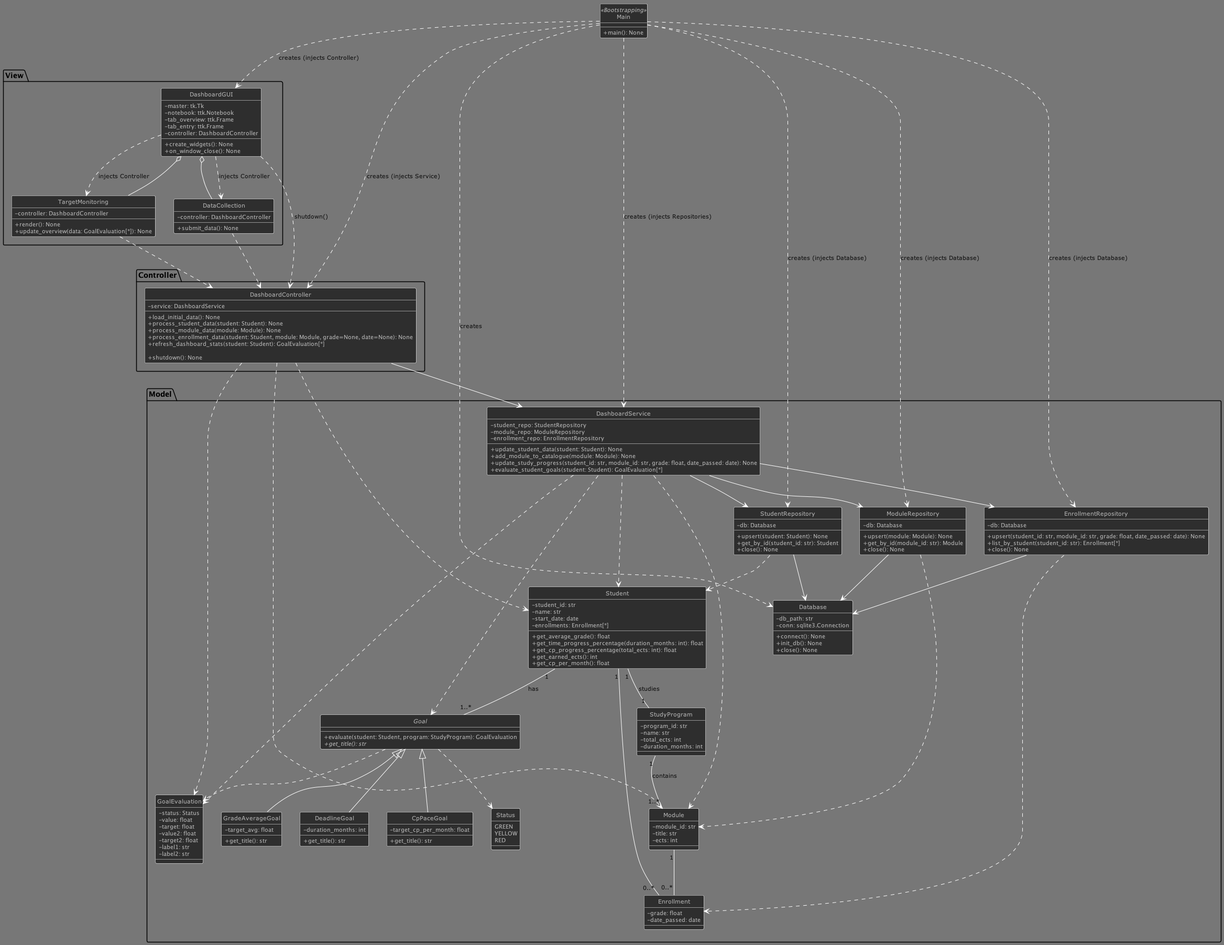
This is out/EntidyUML/DashboardUML_MVC_StrictDI.png from peter-wolf72/IU-Dashboard, a PlantUML export, as it was before one commit.
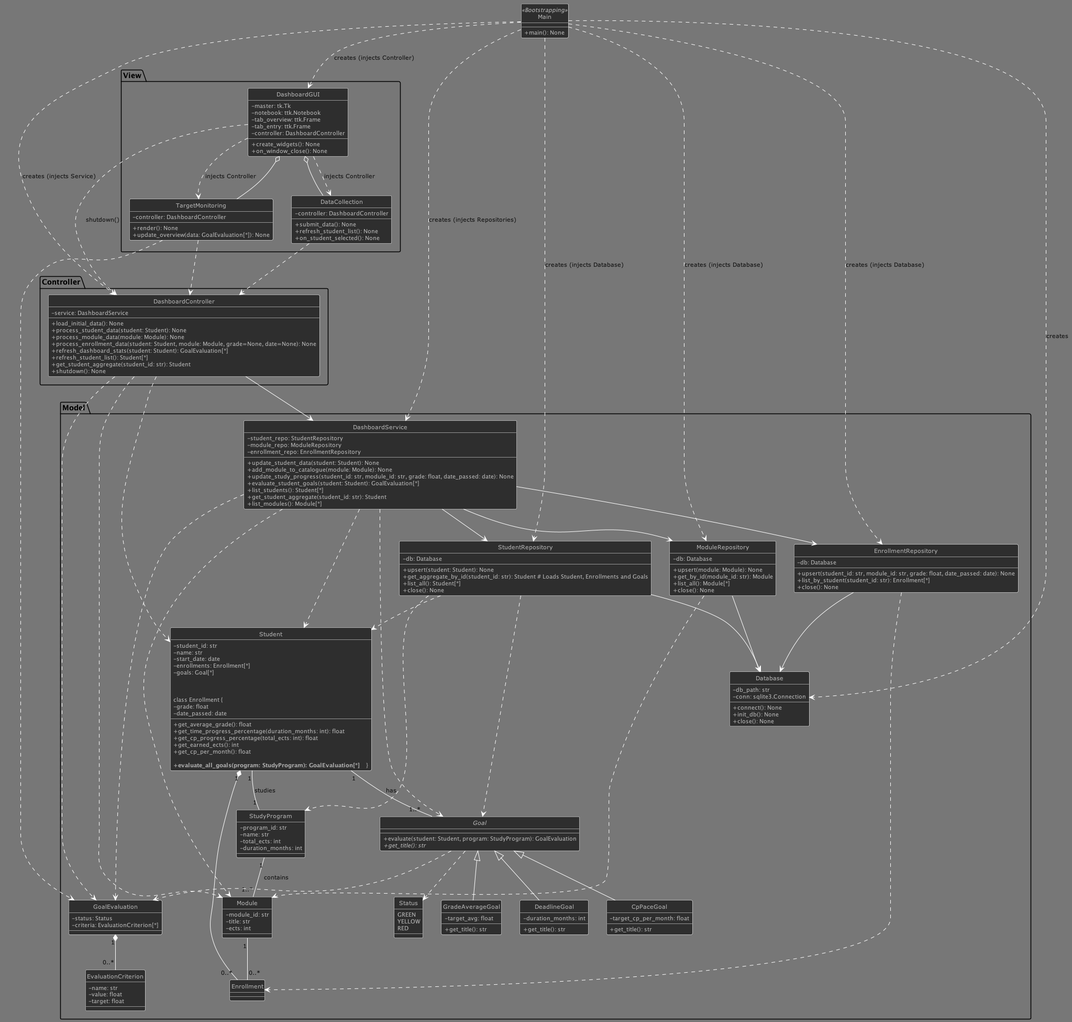
The same file after the commit.

Change to the diagram source:
```diff
@@ -16,13 +16,15 @@
       -name: str
       -start_date: date
       -enrollments: Enrollment[*]
+      -goals: Goal[*]
 
       +get_average_grade(): float
       +get_time_progress_percentage(duration_months: int): float
       +get_cp_progress_percentage(total_ects: int): float
       +get_earned_ects(): int
       +get_cp_per_month(): float
-    }
+
+      **+evaluate_all_goals(program: StudyProgram): GoalEvaluation[*]**    }
 
     class Enrollment {
       -grade: float
@@ -43,7 +45,7 @@
     }
   }
 
-  Student "1" -- "0..*" Enrollment
+  Student "1" *-- "0..*" Enrollment
   Module  "1" -- "0..*" Enrollment
   Student "1" -- "1" StudyProgram : studies
   StudyProgram "1" -- "1..*" Module : contains
@@ -56,13 +58,17 @@
 
   class GoalEvaluation {
     -status: Status
+    -criteria: EvaluationCriterion[*]
+  }
+
+  class EvaluationCriterion {
+    -name: str
     -value: float
     -target: float
-    -value2: float
-    -target2: float
-    -label1: str
-    -label2: str
   }
+
+  GoalEvaluation "1" *-- "0..*" EvaluationCriterion
+
 
   abstract class Goal {
     +evaluate(student: Student, program: StudyProgram): GoalEvaluation
@@ -100,6 +106,9 @@
     +add_module_to_catalogue(module: Module): None
     +update_study_progress(student_id: str, module_id: str, grade: float, date_passed: date): None
     +evaluate_student_goals(student: Student): GoalEvaluation[*]
+    +list_students(): Student[*]
+    +get_student_aggregate(student_id: str): Student
+    +list_modules(): Module[*]
   }
   together {
     class Database {
@@ -113,16 +122,17 @@
     class StudentRepository {
       -db: Database
       +upsert(student: Student): None
-      +get_by_id(student_id: str): Student
+      +get_aggregate_by_id(student_id: str): Student # Loads Student, Enrollments and Goals
+      +list_all(): Student[*]
       +close(): None
     }
     class ModuleRepository {
       -db: Database
       +upsert(module: Module): None
       +get_by_id(module_id: str): Module
+      +list_all(): Module[*]
       +close(): None
     }
-
 
     class EnrollmentRepository {
       -db: Database
@@ -137,6 +147,8 @@
   EnrollmentRepository --> Database
 
   StudentRepository ..> Student
+  StudentRepository ..> StudyProgram
+  StudentRepository ..> Goal
   ModuleRepository ..> Module
   EnrollmentRepository ..> Enrollment
 
@@ -159,6 +171,9 @@
     +process_module_data(module: Module): None
     +process_enrollment_data(student: Student, module: Module, grade=None, date=None): None
     +refresh_dashboard_stats(student: Student): GoalEvaluation[*]
+    +refresh_student_list(): Student[*]
+    +get_student_aggregate(student_id: str): Student
+
 
     +shutdown(): None
   }
@@ -189,6 +204,8 @@
   class DataCollection {
     -controller: DashboardController
     +submit_data(): None
+    +refresh_student_list(): None
+    +on_student_selected(): None
   }
 
   DashboardGUI o-- TargetMonitoring
@@ -199,6 +216,7 @@
 
   TargetMonitoring ..> DashboardController
   DataCollection ..> DashboardController
+  TargetMonitoring ..> GoalEvaluation
 }
 
 Main ..> Database : creates
```
